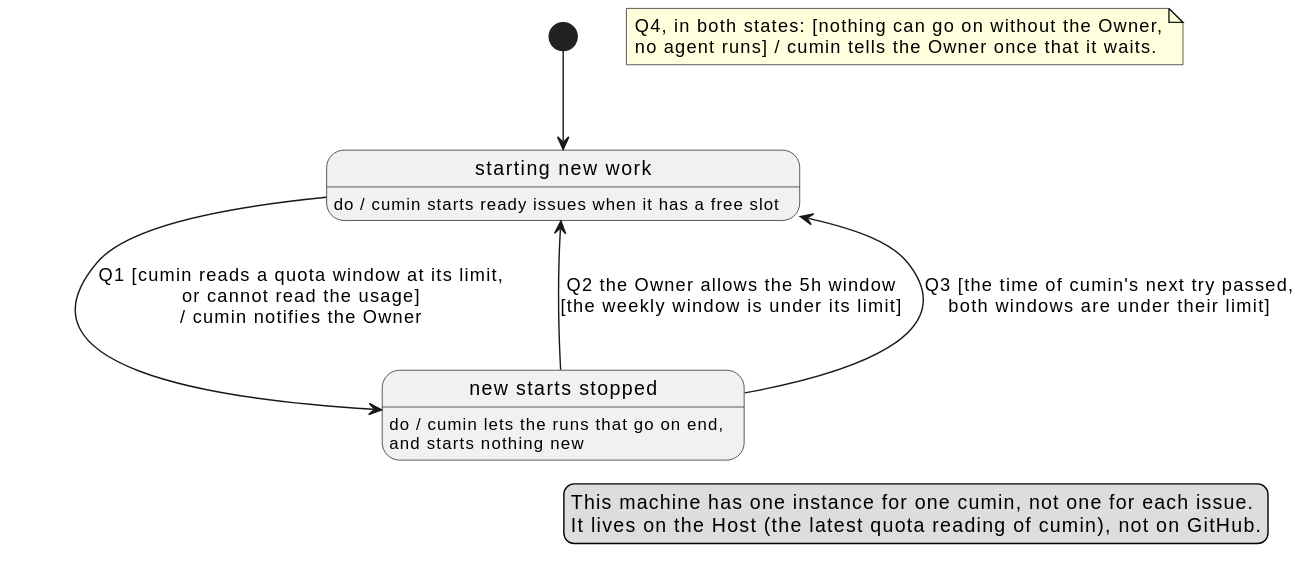
This is docs/ja/requirements/workflow/new-starts-states.svg from cloveclovedev/cumin-works, a PlantUML export, as it was before one commit.
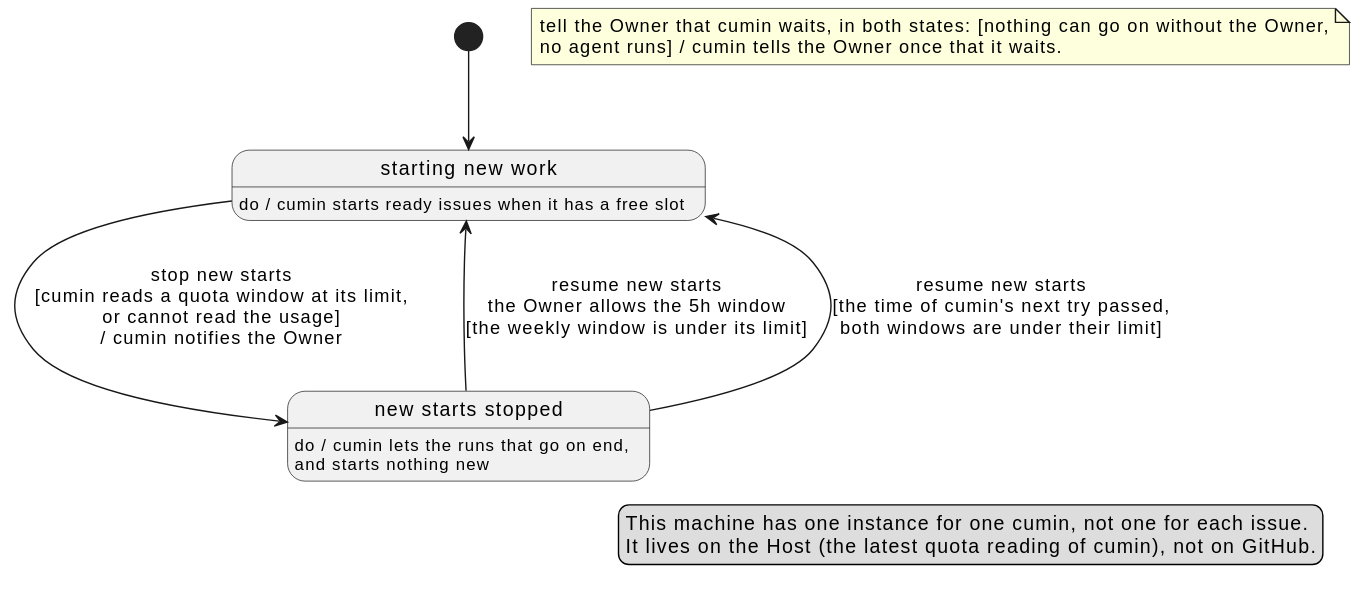
The same file after the commit.

Diff of the diagram source:
```diff
@@ -9,11 +9,11 @@
 Stopped : do / cumin lets the runs that go on end,\nand starts nothing new
 
 [*] --> Starting
-Starting --> Stopped : Q1 [cumin reads a quota window at its limit,\nor cannot read the usage]\n/ cumin notifies the Owner
-Stopped --> Starting : Q2 the Owner allows the 5h window\n[the weekly window is under its limit]
-Stopped --> Starting : Q3 [the time of cumin's next try passed,\nboth windows are under their limit]
+Starting --> Stopped : stop new starts\n[cumin reads a quota window at its limit,\nor cannot read the usage]\n/ cumin notifies the Owner
+Stopped --> Starting : resume new starts\nthe Owner allows the 5h window\n[the weekly window is under its limit]
+Stopped --> Starting : resume new starts\n[the time of cumin's next try passed,\nboth windows are under their limit]
 
-note "Q4, in both states: [nothing can go on without the Owner,\nno agent runs] / cumin tells the Owner once that it waits." as Q4
+note "tell the Owner that cumin waits, in both states: [nothing can go on without the Owner,\nno agent runs] / cumin tells the Owner once that it waits." as Q4
 
 legend right
   This machine has one instance for one cumin, not one for each issue.
```
